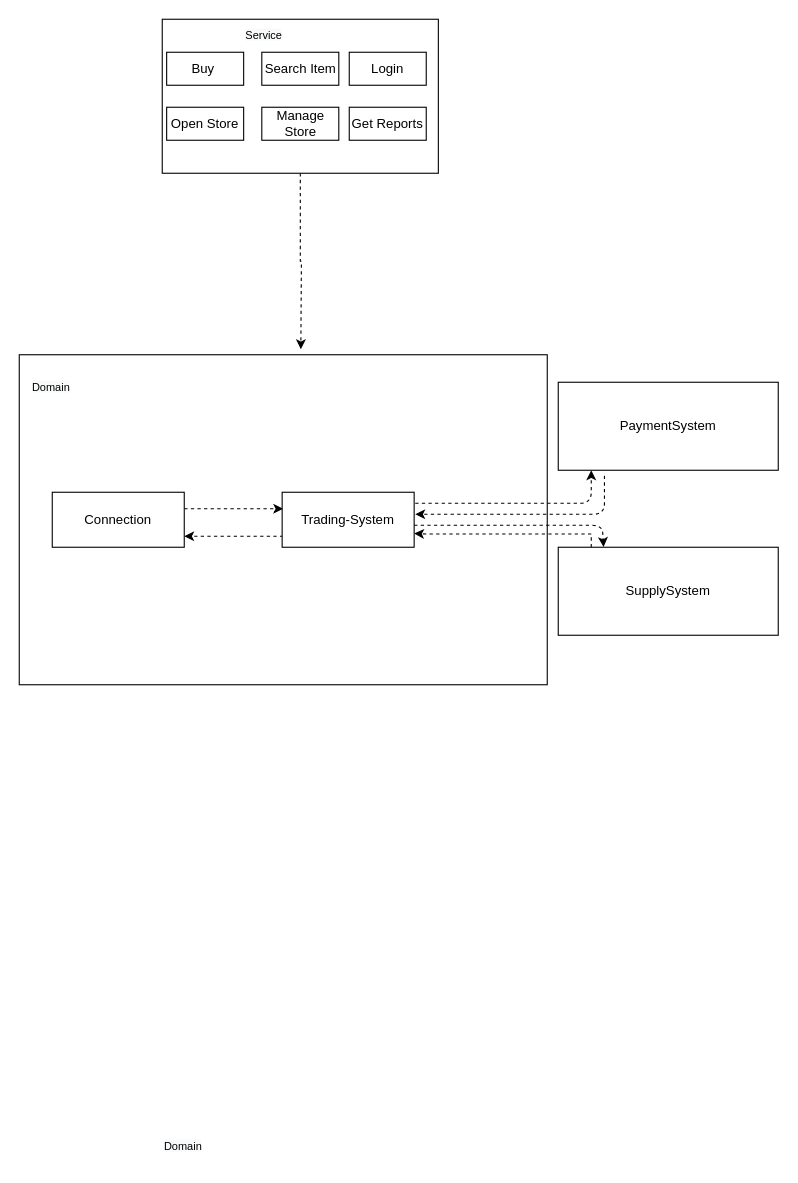
The draw.io diagram docs/archi2.drawio in bshahar/Trading-system, before the edit. Source tidied: cells renumbered, new cells numbered last; positions are measured from the earlier drawing's top-left corner, leaving out a move shared by most shapes. Both pictures are drawn from the tidied source at 110%, with x=0, y=0 at pixel (19, 19).
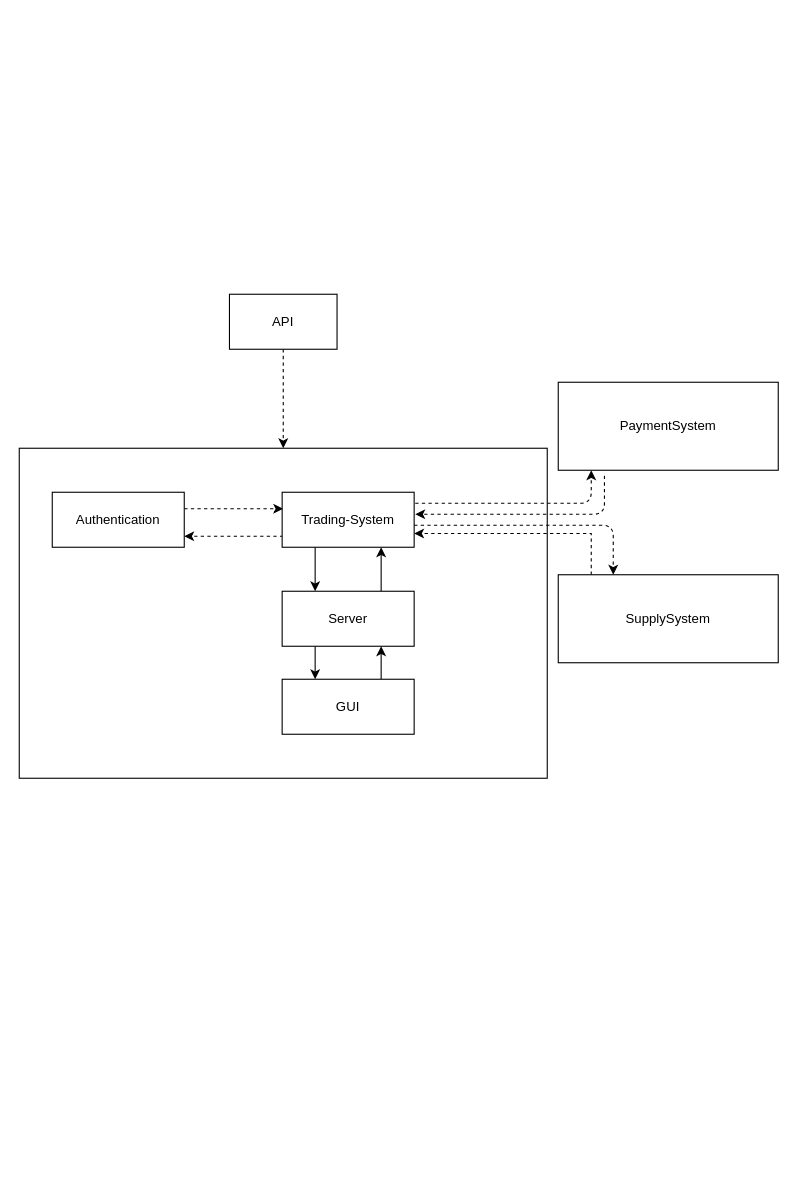
After the change.

The change refers to these unchanged cells:
```xml
<mxCell id="7" value="Trading-System" style="rounded=0;whiteSpace=wrap;html=1;" parent="1" vertex="1">
  <mxGeometry x="239" y="430" width="120" height="50" as="geometry" />
</mxCell>
```

Diff of the diagram source:
```diff
@@
     <mxCell id="2" style="rounded=0;whiteSpace=wrap;html=1;" parent="1" vertex="1">
-      <mxGeometry y="305" width="480" height="300" as="geometry" />
+      <mxGeometry y="390" width="480" height="300" as="geometry" />
     </mxCell>
@@
-    <mxCell id="5" value="Connection" style="rounded=0;whiteSpace=wrap;html=1;" parent="1" vertex="1">
+    <mxCell id="5" value="Authentication" style="rounded=0;whiteSpace=wrap;html=1;" parent="1" vertex="1">
       <mxGeometry x="30" y="430" width="120" height="50" as="geometry" />
     </mxCell>
-    <mxCell id="6" style="edgeStyle=orthogonalEdgeStyle;rounded=0;jettySize=auto;html=1;dashed=1;exitX=0.5;exitY=0;exitDx=0;exitDy=0;entryX=1;entryY=0.75;entryDx=0;entryDy=0;" parent="1" edge="1" target="7">
+    <mxCell id="6" style="edgeStyle=orthogonalEdgeStyle;rounded=0;jettySize=auto;html=1;dashed=1;entryX=1;entryY=0.75;entryDx=0;entryDy=0;" parent="1" edge="1" source="22" target="7">
       <mxGeometry relative="1" as="geometry">
-        <mxPoint x="520" y="480" as="sourcePoint" />
         <Array as="points">
           <mxPoint x="520" y="468" />
-          <mxPoint x="370" y="468" />
         </Array>
       </mxGeometry>
     </mxCell>
+    <mxCell id="24" style="edgeStyle=orthogonalEdgeStyle;rounded=0;jettySize=auto;html=1;exitX=0.25;exitY=1;exitDx=0;exitDy=0;entryX=0.25;entryY=0;entryDx=0;entryDy=0;" parent="1" edge="1" source="7" target="27">
+      <mxGeometry relative="1" as="geometry" />
+    </mxCell>
@@
-    <mxCell id="10" value="&lt;span style=&quot;color: rgb(0 , 0 , 0) ; font-family: &amp;#34;helvetica&amp;#34; ; font-size: 10px ; font-style: normal ; font-weight: 400 ; letter-spacing: normal ; text-align: center ; text-indent: 0px ; text-transform: none ; word-spacing: 0px ; background-color: rgb(248 , 249 , 250) ; display: inline ; float: none&quot;&gt;Domain&lt;/span&gt;" style="text;whiteSpace=wrap;html=1;" parent="1" vertex="1">
-      <mxGeometry x="130" y="1010" width="60" height="30" as="geometry" />
-    </mxCell>
-    <mxCell id="11" style="endArrow=classic;html=1;dashed=1;entryX=0.593;entryY=-0.004;entryDx=0;entryDy=0;entryPerimeter=0;" parent="1" edge="1">
+    <mxCell id="11" style="endArrow=classic;html=1;dashed=1;entryX=0.25;entryY=0;entryDx=0;entryDy=0;" parent="1" edge="1" target="22">
       <mxGeometry relative="1" as="geometry">
         <mxPoint x="359" y="460" as="sourcePoint" />
-        <mxPoint x="531.2" y="479.8" as="targetPoint" />
         <Array as="points">
-          <mxPoint x="530" y="460" />
+          <mxPoint x="540" y="460" />
         </Array>
       </mxGeometry>
     </mxCell>
-    <mxCell id="12" style="edgeStyle=orthogonalEdgeStyle;rounded=0;jettySize=auto;html=1;dashed=1;" parent="1" edge="1" source="13">
-      <mxGeometry relative="1" as="geometry">
-        <mxPoint x="256" y="300" as="targetPoint" />
-      </mxGeometry>
+    <mxCell id="12" style="edgeStyle=orthogonalEdgeStyle;rounded=0;jettySize=auto;html=1;dashed=1;" parent="1" edge="1" source="13" target="2">
+      <mxGeometry relative="1" as="geometry" />
     </mxCell>
-    <mxCell id="13" style="rounded=0;whiteSpace=wrap;html=1;" parent="1" vertex="1">
-      <mxGeometry x="130" width="251" height="140" as="geometry" />
+    <mxCell id="13" value="API" style="rounded=0;whiteSpace=wrap;html=1;" parent="1" vertex="1">
+      <mxGeometry x="191.1" y="250" width="97.8" height="50" as="geometry" />
     </mxCell>
-    <mxCell id="14" value="&lt;span style=&quot;color: rgb(0 , 0 , 0) ; font-family: &amp;#34;helvetica&amp;#34; ; font-size: 10px ; font-style: normal ; font-weight: 400 ; letter-spacing: normal ; text-align: center ; text-indent: 0px ; text-transform: none ; word-spacing: 0px ; background-color: rgb(248 , 249 , 250) ; display: inline ; float: none&quot;&gt;Service&lt;/span&gt;" style="text;whiteSpace=wrap;html=1;" parent="1" vertex="1">
-      <mxGeometry x="204" width="60" height="30" as="geometry" />
-    </mxCell>
-    <mxCell id="15" value="Buy&amp;nbsp;" style="rounded=0;whiteSpace=wrap;html=1;" parent="1" vertex="1">
-      <mxGeometry x="134" y="30" width="70" height="30" as="geometry" />
-    </mxCell>
-    <mxCell id="16" value="Open Store" style="rounded=0;whiteSpace=wrap;html=1;" parent="1" vertex="1">
-      <mxGeometry x="134" y="80" width="70" height="30" as="geometry" />
-    </mxCell>
-    <mxCell id="17" value="Search Item" style="rounded=0;whiteSpace=wrap;html=1;" parent="1" vertex="1">
-      <mxGeometry x="220.5" y="30" width="70" height="30" as="geometry" />
-    </mxCell>
-    <mxCell id="18" value="Manage Store" style="rounded=0;whiteSpace=wrap;html=1;" parent="1" vertex="1">
-      <mxGeometry x="220.5" y="80" width="70" height="30" as="geometry" />
-    </mxCell>
-    <mxCell id="19" value="Login" style="rounded=0;whiteSpace=wrap;html=1;" parent="1" vertex="1">
-      <mxGeometry x="300" y="30" width="70" height="30" as="geometry" />
-    </mxCell>
-    <mxCell id="20" value="Get Reports" style="rounded=0;whiteSpace=wrap;html=1;" parent="1" vertex="1">
-      <mxGeometry x="300" y="80" width="70" height="30" as="geometry" />
-    </mxCell>
@@
     <mxCell id="22" value="SupplySystem" style="rounded=0;whiteSpace=wrap;html=1;" parent="1" vertex="1">
-      <mxGeometry x="490" y="480" width="200" height="80" as="geometry" />
+      <mxGeometry x="490" y="505" width="200" height="80" as="geometry" />
     </mxCell>
-    <mxCell id="23" value="&lt;span style=&quot;color: rgb(0 , 0 , 0) ; font-family: &amp;#34;helvetica&amp;#34; ; font-size: 10px ; font-style: normal ; font-weight: 400 ; letter-spacing: normal ; text-align: center ; text-indent: 0px ; text-transform: none ; word-spacing: 0px ; background-color: rgb(248 , 249 , 250) ; display: inline ; float: none&quot;&gt;Domain&lt;/span&gt;" style="text;whiteSpace=wrap;html=1;" parent="1" vertex="1">
-      <mxGeometry x="10" y="320" width="60" height="30" as="geometry" />
-    </mxCell>
+    <mxCell id="25" style="edgeStyle=orthogonalEdgeStyle;rounded=0;jettySize=auto;html=1;exitX=0.75;exitY=0;exitDx=0;exitDy=0;entryX=0.75;entryY=1;entryDx=0;entryDy=0;" parent="1" edge="1" source="27" target="7">
+      <mxGeometry relative="1" as="geometry" />
+    </mxCell>
+    <mxCell id="26" style="edgeStyle=orthogonalEdgeStyle;rounded=0;jettySize=auto;html=1;exitX=0.25;exitY=1;exitDx=0;exitDy=0;entryX=0.25;entryY=0;entryDx=0;entryDy=0;" parent="1" edge="1" source="27" target="29">
+      <mxGeometry relative="1" as="geometry" />
+    </mxCell>
+    <mxCell id="27" value="Server" style="rounded=0;whiteSpace=wrap;html=1;" parent="1" vertex="1">
+      <mxGeometry x="239" y="520" width="120" height="50" as="geometry" />
+    </mxCell>
+    <mxCell id="28" style="edgeStyle=orthogonalEdgeStyle;rounded=0;jettySize=auto;html=1;exitX=0.75;exitY=0;exitDx=0;exitDy=0;entryX=0.75;entryY=1;entryDx=0;entryDy=0;" parent="1" edge="1" source="29" target="27">
+      <mxGeometry relative="1" as="geometry" />
+    </mxCell>
+    <mxCell id="29" value="GUI" style="rounded=0;whiteSpace=wrap;html=1;" parent="1" vertex="1">
+      <mxGeometry x="239" y="600" width="120" height="50" as="geometry" />
+    </mxCell>
```
